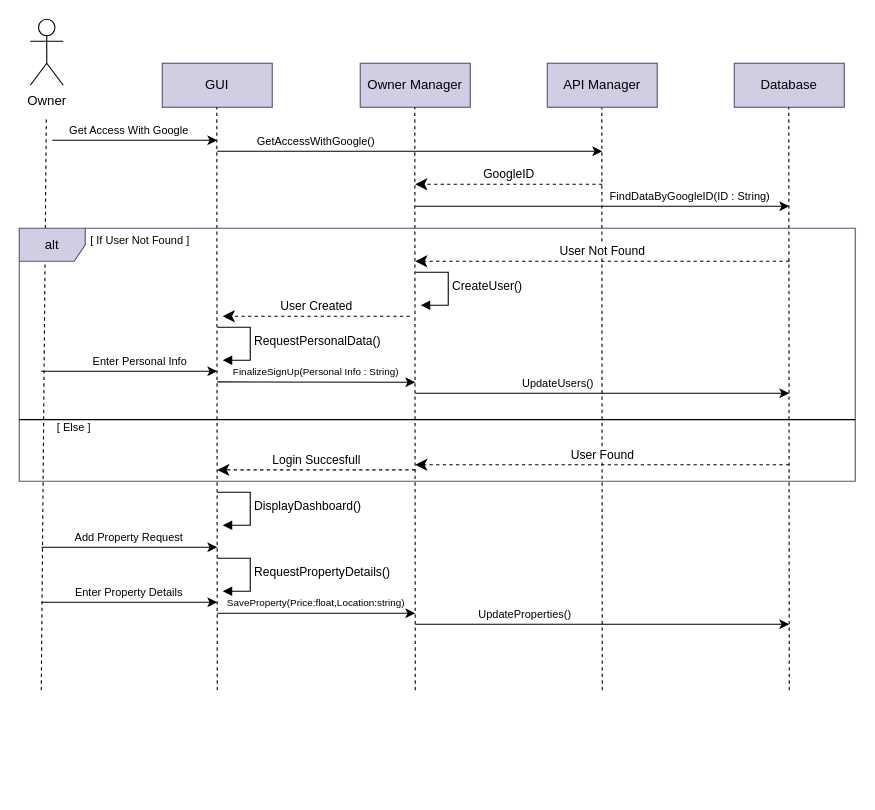
The draw.io diagram Diagrams/Sequence Diagram/Per Major Scenario/Add Property Sequence.drawio in OMZaky/Tripzy, before the edit. Source tidied: cells renumbered, new cells numbered last; positions are measured from the earlier drawing's top-left corner, leaving out a move shared by most shapes. Both pictures are drawn from the tidied source at 110%, with x=0, y=0 at pixel (19, 19).
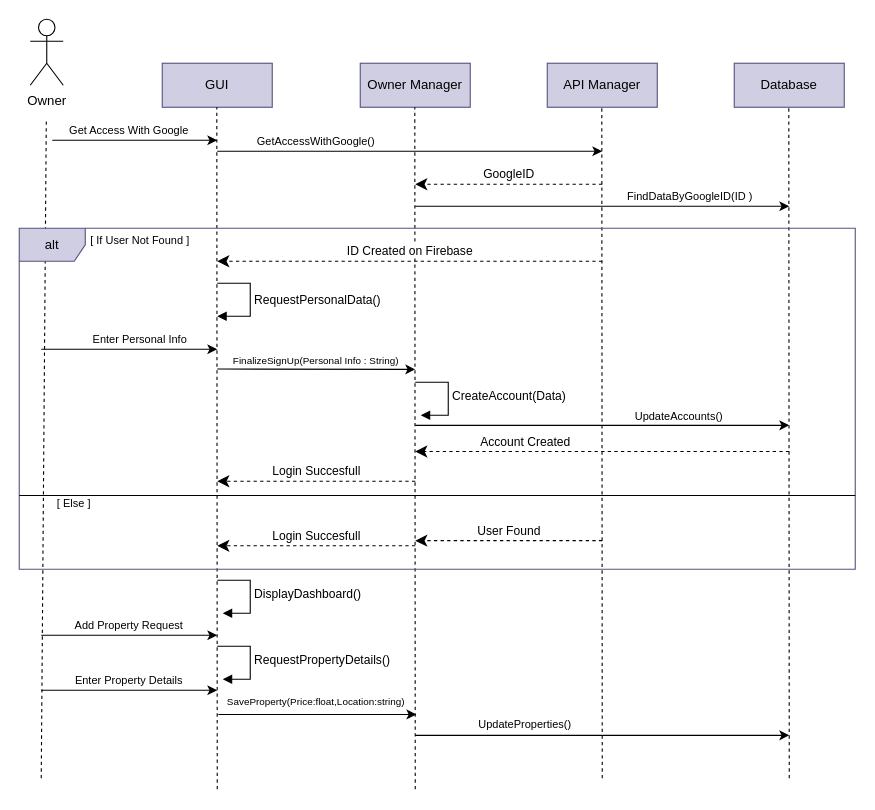
The same diagram, later.

Change to the diagram source:
```diff
@@
     <mxCell id="2" style="endArrow=none;dashed=1;html=1;rounded=0;" parent="1" edge="1">
       <mxGeometry relative="1" as="geometry">
-        <mxPoint x="530" y="610" as="sourcePoint" />
+        <mxPoint x="530" y="690" as="sourcePoint" />
         <mxPoint x="529.6" y="80" as="targetPoint" />
       </mxGeometry>
     </mxCell>
@@
     <mxCell id="4" style="endArrow=none;dashed=1;html=1;rounded=0;" parent="1" edge="1">
       <mxGeometry relative="1" as="geometry">
-        <mxPoint x="20" y="610" as="sourcePoint" />
+        <mxPoint x="20" y="690" as="sourcePoint" />
         <mxPoint x="24.6" y="90" as="targetPoint" />
       </mxGeometry>
     </mxCell>
@@
     <mxCell id="9" style="endArrow=none;dashed=1;html=1;rounded=0;" parent="1" edge="1">
       <mxGeometry relative="1" as="geometry">
-        <mxPoint x="180" y="610" as="sourcePoint" />
+        <mxPoint x="180" y="700" as="sourcePoint" />
         <mxPoint x="179.6" y="80" as="targetPoint" />
       </mxGeometry>
     </mxCell>
     <mxCell id="10" style="endArrow=none;dashed=1;html=1;rounded=0;" parent="1" edge="1">
       <mxGeometry relative="1" as="geometry">
-        <mxPoint x="360" y="610" as="sourcePoint" />
+        <mxPoint x="360" y="700" as="sourcePoint" />
         <mxPoint x="359.6" y="80" as="targetPoint" />
       </mxGeometry>
     </mxCell>
     <mxCell id="11" style="endArrow=none;dashed=1;html=1;rounded=0;" parent="1" edge="1">
       <mxGeometry relative="1" as="geometry">
-        <mxPoint x="700" y="610" as="sourcePoint" />
+        <mxPoint x="700" y="690" as="sourcePoint" />
         <mxPoint x="699.6" y="80" as="targetPoint" />
       </mxGeometry>
     </mxCell>
@@
-    <mxCell id="18" value="FindDataByGoogleID(ID : String)" style="text;html=1;whiteSpace=wrap;strokeColor=none;fillColor=none;align=center;verticalAlign=middle;rounded=0;fontSize=10;fontStyle=0;" parent="1" vertex="1">
+    <mxCell id="18" value="FindDataByGoogleID(ID )" style="text;html=1;whiteSpace=wrap;strokeColor=none;fillColor=none;align=center;verticalAlign=middle;rounded=0;fontSize=10;fontStyle=0;" parent="1" vertex="1">
       <mxGeometry x="520" y="160" width="180" as="geometry" />
     </mxCell>
     <mxCell id="19" value="alt" style="shape=umlFrame;whiteSpace=wrap;html=1;fillColor=#d0cee2;strokeColor=#56517e;" parent="1" vertex="1">
-      <mxGeometry y="190" width="760" height="230" as="geometry" />
+      <mxGeometry y="190" width="760" height="310" as="geometry" />
     </mxCell>
@@
-    <mxCell id="21" value="User Not Found" style="html=1;verticalAlign=bottom;endArrow=classic;dashed=1;endSize=8;curved=0;rounded=0;endFill=1;" parent="1" edge="1">
+    <mxCell id="21" value="ID Created on Firebase" style="html=1;verticalAlign=bottom;endArrow=classic;dashed=1;endSize=8;curved=0;rounded=0;endFill=1;" parent="1" edge="1">
       <mxGeometry relative="1" as="geometry">
-        <mxPoint x="700" y="220" as="sourcePoint" />
-        <mxPoint x="360" y="220" as="targetPoint" />
+        <mxPoint x="530" y="220" as="sourcePoint" />
+        <mxPoint x="180" y="220" as="targetPoint" />
       </mxGeometry>
     </mxCell>
-    <mxCell id="22" value="CreateUser()" style="html=1;align=left;spacingLeft=2;endArrow=block;rounded=0;edgeStyle=orthogonalEdgeStyle;curved=0;rounded=0;" parent="1" edge="1">
+    <mxCell id="22" value="CreateAccount(Data)" style="html=1;align=left;spacingLeft=2;endArrow=block;rounded=0;edgeStyle=orthogonalEdgeStyle;curved=0;rounded=0;" parent="1" edge="1">
       <mxGeometry relative="1" as="geometry">
-        <mxPoint x="360" y="230" as="sourcePoint" />
-        <mxPoint x="365" y="260" as="targetPoint" />
+        <mxPoint x="360" y="330" as="sourcePoint" />
+        <mxPoint x="365" y="360" as="targetPoint" />
         <Array as="points">
-          <mxPoint x="390" y="230" />
-          <mxPoint x="390" y="260" />
+          <mxPoint x="390" y="330" />
+          <mxPoint x="390" y="360" />
         </Array>
       </mxGeometry>
     </mxCell>
-    <mxCell id="23" value="User Created" style="html=1;verticalAlign=bottom;endArrow=classic;dashed=1;endSize=8;curved=0;rounded=0;endFill=1;" parent="1" edge="1">
-      <mxGeometry relative="1" as="geometry">
-        <mxPoint x="355" y="270" as="sourcePoint" />
-        <mxPoint x="185" y="270" as="targetPoint" />
-      </mxGeometry>
-    </mxCell>
     <mxCell id="24" value="RequestPersonalData()" style="html=1;align=left;spacingLeft=2;endArrow=block;rounded=0;edgeStyle=orthogonalEdgeStyle;curved=0;rounded=0;" parent="1" edge="1">
       <mxGeometry relative="1" as="geometry">
-        <mxPoint x="180" y="280" as="sourcePoint" />
-        <mxPoint x="185" y="310" as="targetPoint" />
+        <mxPoint x="180" y="240" as="sourcePoint" />
+        <mxPoint x="180" y="270" as="targetPoint" />
         <Array as="points">
-          <mxPoint x="210" y="280" />
-          <mxPoint x="210" y="310" />
+          <mxPoint x="210" y="240" />
+          <mxPoint x="210" y="270" />
         </Array>
       </mxGeometry>
     </mxCell>
     <mxCell id="25" style="line;strokeWidth=1;fillColor=none;align=left;verticalAlign=middle;spacingTop=-1;spacingLeft=3;spacingRight=3;labelPosition=right;strokeColor=inherit;" parent="1" vertex="1">
-      <mxGeometry y="360" width="760" height="8" as="geometry" />
+      <mxGeometry y="429" width="760" height="8" as="geometry" />
     </mxCell>
     <mxCell id="26" value="[ Else ]" style="text;html=1;whiteSpace=wrap;strokeColor=none;fillColor=none;align=center;verticalAlign=middle;rounded=0;fontSize=10;fontStyle=0;" parent="1" vertex="1">
-      <mxGeometry x="30" y="370" width="40" as="geometry" />
+      <mxGeometry x="30" y="439" width="40" as="geometry" />
     </mxCell>
     <mxCell id="27" value="User Found" style="html=1;verticalAlign=bottom;endArrow=classic;dashed=1;endSize=8;curved=0;rounded=0;endFill=1;" parent="1" edge="1">
       <mxGeometry relative="1" as="geometry">
-        <mxPoint x="700" y="405" as="sourcePoint" />
-        <mxPoint x="360" y="405" as="targetPoint" />
+        <mxPoint x="530" y="474" as="sourcePoint" />
+        <mxPoint x="360" y="474" as="targetPoint" />
       </mxGeometry>
     </mxCell>
     <mxCell id="28" value="Login Succesfull" style="html=1;verticalAlign=bottom;endArrow=classic;dashed=1;endSize=8;curved=0;rounded=0;endFill=1;" parent="1" edge="1">
       <mxGeometry relative="1" as="geometry">
-        <mxPoint x="360" y="409.7" as="sourcePoint" />
-        <mxPoint x="180" y="409.7" as="targetPoint" />
+        <mxPoint x="360" y="478.7" as="sourcePoint" />
+        <mxPoint x="180" y="478.7" as="targetPoint" />
       </mxGeometry>
     </mxCell>
     <mxCell id="29" style="endArrow=classic;html=1;rounded=0;" parent="1" edge="1">
       <mxGeometry relative="1" as="geometry">
-        <mxPoint x="20" y="320" as="sourcePoint" />
-        <mxPoint x="180" y="320" as="targetPoint" />
+        <mxPoint x="20" y="300" as="sourcePoint" />
+        <mxPoint x="180" y="300" as="targetPoint" />
       </mxGeometry>
     </mxCell>
     <mxCell id="30" value="Enter Personal Info" style="text;html=1;whiteSpace=wrap;strokeColor=none;fillColor=none;align=center;verticalAlign=middle;rounded=0;fontSize=10;fontStyle=0;" parent="1" vertex="1">
-      <mxGeometry x="60" y="310" width="100" as="geometry" />
+      <mxGeometry x="60" y="290" width="100" as="geometry" />
     </mxCell>
     <mxCell id="31" style="endArrow=classic;html=1;rounded=0;" parent="1" edge="1">
       <mxGeometry relative="1" as="geometry">
-        <mxPoint x="180" y="329.7" as="sourcePoint" />
-        <mxPoint x="360" y="330" as="targetPoint" />
+        <mxPoint x="180" y="318" as="sourcePoint" />
+        <mxPoint x="360" y="318.3" as="targetPoint" />
       </mxGeometry>
     </mxCell>
     <mxCell id="32" value="FinalizeSignUp(Personal Info : String)" style="text;html=1;whiteSpace=wrap;strokeColor=none;fillColor=none;align=center;verticalAlign=middle;rounded=0;fontSize=9;fontStyle=0;" parent="1" vertex="1">
-      <mxGeometry x="170" y="320" width="200" as="geometry" />
+      <mxGeometry x="170" y="310" width="200" as="geometry" />
     </mxCell>
     <mxCell id="33" style="endArrow=classic;html=1;rounded=0;" parent="1" edge="1">
       <mxGeometry relative="1" as="geometry">
-        <mxPoint x="360" y="340" as="sourcePoint" />
-        <mxPoint x="700" y="340" as="targetPoint" />
+        <mxPoint x="360" y="369.2" as="sourcePoint" />
+        <mxPoint x="700" y="369.2" as="targetPoint" />
       </mxGeometry>
     </mxCell>
-    <mxCell id="34" value="UpdateUsers()" style="text;html=1;whiteSpace=wrap;strokeColor=none;fillColor=none;align=center;verticalAlign=middle;rounded=0;fontSize=10;fontStyle=0;" parent="1" vertex="1">
-      <mxGeometry x="450" y="330" width="80" as="geometry" />
+    <mxCell id="34" value="UpdateAccounts()" style="text;html=1;whiteSpace=wrap;strokeColor=none;fillColor=none;align=center;verticalAlign=middle;rounded=0;fontSize=10;fontStyle=0;" parent="1" vertex="1">
+      <mxGeometry x="560" y="360" width="80" as="geometry" />
     </mxCell>
     <mxCell id="35" value="DisplayDashboard()" style="html=1;align=left;spacingLeft=2;endArrow=block;rounded=0;edgeStyle=orthogonalEdgeStyle;curved=0;rounded=0;" parent="1" edge="1">
       <mxGeometry relative="1" as="geometry">
-        <mxPoint x="180" y="430" as="sourcePoint" />
-        <mxPoint x="185" y="460" as="targetPoint" />
+        <mxPoint x="180" y="510" as="sourcePoint" />
+        <mxPoint x="185" y="540" as="targetPoint" />
         <Array as="points">
-          <mxPoint x="210" y="430" />
-          <mxPoint x="210" y="460" />
+          <mxPoint x="210" y="510" />
+          <mxPoint x="210" y="540" />
         </Array>
       </mxGeometry>
     </mxCell>
     <mxCell id="36" style="endArrow=classic;html=1;rounded=0;" parent="1" edge="1">
       <mxGeometry relative="1" as="geometry">
-        <mxPoint x="20" y="480" as="sourcePoint" />
-        <mxPoint x="180" y="480" as="targetPoint" />
+        <mxPoint x="20" y="560" as="sourcePoint" />
+        <mxPoint x="180" y="560" as="targetPoint" />
       </mxGeometry>
     </mxCell>
     <mxCell id="37" value="Add Property Request" style="text;html=1;whiteSpace=wrap;strokeColor=none;fillColor=none;align=center;verticalAlign=middle;rounded=0;fontSize=10;fontStyle=0;" parent="1" vertex="1">
-      <mxGeometry x="45" y="470" width="110" as="geometry" />
+      <mxGeometry x="45" y="550" width="110" as="geometry" />
     </mxCell>
     <mxCell id="38" value="RequestPropertyDetails()" style="html=1;align=left;spacingLeft=2;endArrow=block;rounded=0;edgeStyle=orthogonalEdgeStyle;curved=0;rounded=0;" parent="1" edge="1">
       <mxGeometry relative="1" as="geometry">
-        <mxPoint x="180" y="490" as="sourcePoint" />
-        <mxPoint x="185" y="520" as="targetPoint" />
+        <mxPoint x="180" y="570" as="sourcePoint" />
+        <mxPoint x="185" y="600" as="targetPoint" />
         <Array as="points">
-          <mxPoint x="210" y="490" />
-          <mxPoint x="210" y="520" />
+          <mxPoint x="210" y="570" />
+          <mxPoint x="210" y="600" />
         </Array>
       </mxGeometry>
     </mxCell>
     <mxCell id="39" style="endArrow=classic;html=1;rounded=0;" parent="1" edge="1">
       <mxGeometry relative="1" as="geometry">
-        <mxPoint x="20" y="530" as="sourcePoint" />
-        <mxPoint x="180" y="530" as="targetPoint" />
+        <mxPoint x="20" y="610" as="sourcePoint" />
+        <mxPoint x="180" y="610" as="targetPoint" />
       </mxGeometry>
     </mxCell>
     <mxCell id="40" value="Enter Property Details" style="text;html=1;whiteSpace=wrap;strokeColor=none;fillColor=none;align=center;verticalAlign=middle;rounded=0;fontSize=10;fontStyle=0;" parent="1" vertex="1">
-      <mxGeometry x="45" y="520" width="110" as="geometry" />
+      <mxGeometry x="45" y="600" width="110" as="geometry" />
     </mxCell>
     <mxCell id="41" style="endArrow=classic;html=1;rounded=0;" parent="1" edge="1">
       <mxGeometry relative="1" as="geometry">
-        <mxPoint x="180" y="540" as="sourcePoint" />
-        <mxPoint x="360" y="540" as="targetPoint" />
+        <mxPoint x="181" y="632" as="sourcePoint" />
+        <mxPoint x="361" y="632" as="targetPoint" />
       </mxGeometry>
     </mxCell>
     <mxCell id="42" value="SaveProperty(Price:float,Location:string)" style="text;html=1;whiteSpace=wrap;strokeColor=none;fillColor=none;align=center;verticalAlign=middle;rounded=0;fontSize=9;fontStyle=0;" parent="1" vertex="1">
-      <mxGeometry x="170" y="530" width="200" as="geometry" />
+      <mxGeometry x="170" y="620" width="200" as="geometry" />
     </mxCell>
     <mxCell id="43" style="endArrow=classic;html=1;rounded=0;" parent="1" edge="1">
       <mxGeometry relative="1" as="geometry">
-        <mxPoint x="360" y="550" as="sourcePoint" />
-        <mxPoint x="700" y="550" as="targetPoint" />
+        <mxPoint x="360" y="651" as="sourcePoint" />
+        <mxPoint x="700" y="651" as="targetPoint" />
       </mxGeometry>
     </mxCell>
     <mxCell id="44" value="UpdateProperties()" style="text;html=1;whiteSpace=wrap;strokeColor=none;fillColor=none;align=center;verticalAlign=middle;rounded=0;fontSize=10;fontStyle=0;" parent="1" vertex="1">
-      <mxGeometry x="420" y="540" width="80" as="geometry" />
+      <mxGeometry x="420" y="640" width="80" as="geometry" />
     </mxCell>
+    <mxCell id="45" value="Account Created" style="html=1;verticalAlign=bottom;endArrow=classic;dashed=1;endSize=8;curved=0;rounded=0;endFill=1;" parent="1" edge="1">
+      <mxGeometry x="0.41" relative="1" as="geometry">
+        <mxPoint x="700" y="393" as="sourcePoint" />
+        <mxPoint x="360" y="393" as="targetPoint" />
+      </mxGeometry>
+    </mxCell>
+    <mxCell id="46" value="Login Succesfull" style="html=1;verticalAlign=bottom;endArrow=classic;dashed=1;endSize=8;curved=0;rounded=0;endFill=1;" parent="1" edge="1">
+      <mxGeometry relative="1" as="geometry">
+        <mxPoint x="360" y="420" as="sourcePoint" />
+        <mxPoint x="180" y="420" as="targetPoint" />
+      </mxGeometry>
+    </mxCell>
```
